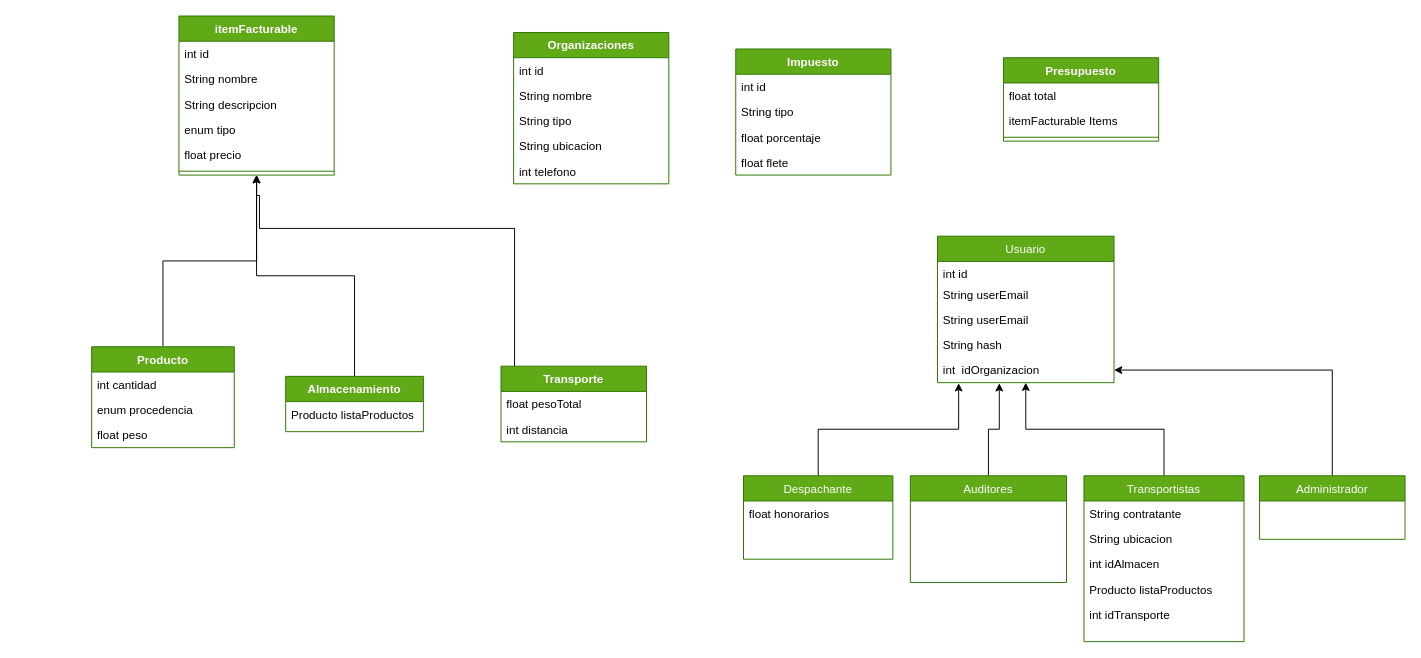
The draw.io diagram Copia de Diagram.drawio in danusitacm/taller-git-2022, before the edit. Source tidied: cells renumbered, new cells numbered last; positions are measured from the earlier drawing's top-left corner, leaving out a move shared by most shapes. Both pictures are drawn from the tidied source at 97%, with x=0, y=0 at pixel (91, 16).
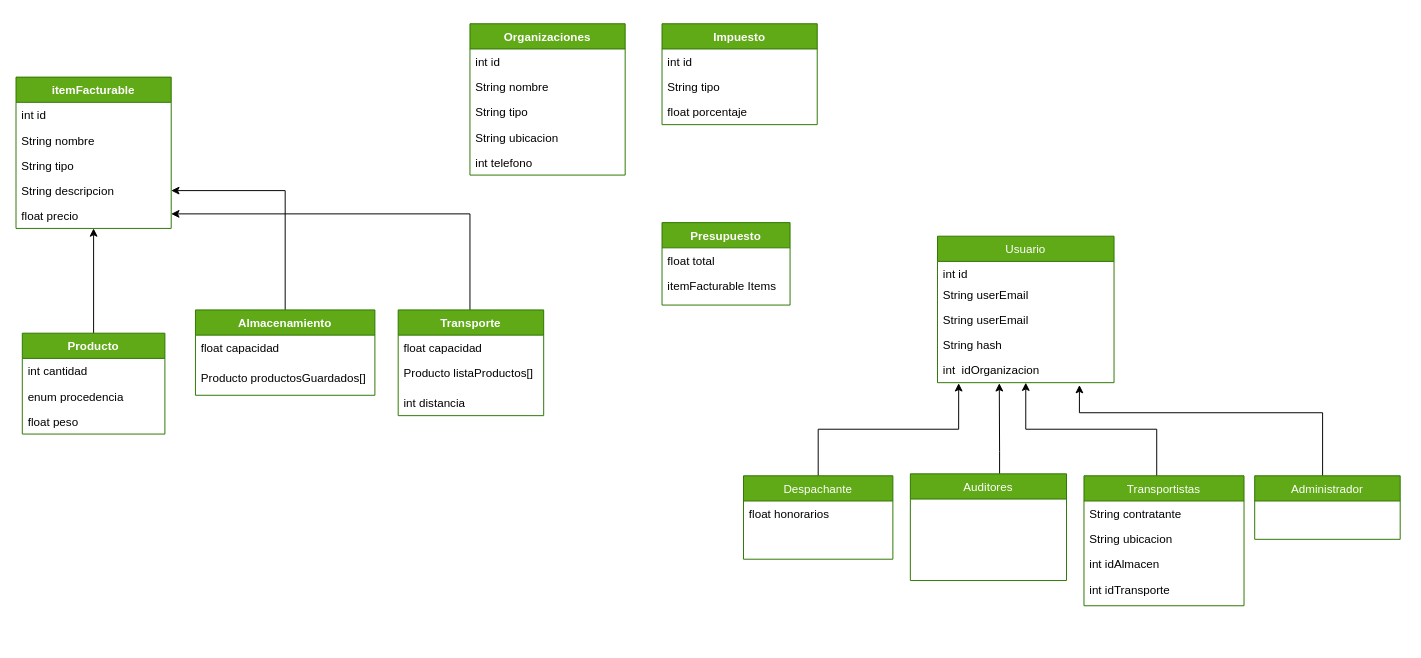
Above is the later version.

Unchanged cells that the change refers to:
```xml
<mxCell id="2" value="Usuario" style="swimlane;fontStyle=0;align=center;verticalAlign=top;horizontal=1;startSize=26;rounded=0;shadow=0;strokeWidth=1;fillColor=#60a917;strokeColor=#2D7600;fontColor=#ffffff;" parent="1" vertex="1">
  <mxGeometry x="872" y="227" width="182" height="151" as="geometry" />
</mxCell>
<mxCell id="7" value="int  idOrganizacion" style="text;strokeColor=none;fillColor=none;align=left;verticalAlign=top;spacingLeft=4;spacingRight=4;overflow=hidden;points=[[0,0.5],[1,0.5]];portConstraint=eastwest;" parent="2" vertex="1">
  <mxGeometry y="125" width="182" height="26" as="geometry" />
</mxCell>
<mxCell id="32" value="float precio&#10;" style="text;strokeColor=none;fillColor=none;align=left;verticalAlign=top;spacingLeft=4;spacingRight=4;overflow=hidden;points=[[0,0.5],[1,0.5]];portConstraint=eastwest;" parent="27" vertex="1">
  <mxGeometry y="130" width="160" height="26" as="geometry" />
</mxCell>
```

Change to the diagram source:
```diff
@@
     <mxCell id="11" style="edgeStyle=orthogonalEdgeStyle;rounded=0;jettySize=auto;html=1;entryX=0.35;entryY=1.023;entryDx=0;entryDy=0;entryPerimeter=0;" parent="1" edge="1" source="12" target="7">
-      <mxGeometry relative="1" as="geometry" />
+      <mxGeometry relative="1" as="geometry">
+        <Array as="points">
+          <mxPoint x="936" y="449" />
+          <mxPoint x="936" y="449" />
+        </Array>
+      </mxGeometry>
     </mxCell>
     <mxCell id="12" value="Auditores" style="swimlane;fontStyle=0;align=center;verticalAlign=top;horizontal=1;startSize=26;rounded=0;shadow=0;strokeWidth=1;fillColor=#60a917;strokeColor=#2D7600;fontColor=#ffffff;" parent="1" vertex="1">
-      <mxGeometry x="844" y="474" width="161" height="110" as="geometry" />
+      <mxGeometry x="844" y="472" width="161" height="110" as="geometry" />
     </mxCell>
     <mxCell id="13" style="edgeStyle=orthogonalEdgeStyle;rounded=0;jettySize=auto;html=1;entryX=0.5;entryY=1;entryDx=0;entryDy=0;" parent="1" edge="1" source="14" target="2">
-      <mxGeometry relative="1" as="geometry" />
+      <mxGeometry relative="1" as="geometry">
+        <Array as="points">
+          <mxPoint x="1098" y="426" />
+          <mxPoint x="963" y="426" />
+        </Array>
+      </mxGeometry>
     </mxCell>
     <mxCell id="14" value="Transportistas&#10;" style="swimlane;fontStyle=0;align=center;verticalAlign=top;horizontal=1;startSize=26;rounded=0;shadow=0;strokeWidth=1;fillColor=#60a917;strokeColor=#2D7600;fontColor=#ffffff;" parent="1" vertex="1">
-      <mxGeometry x="1023" y="474" width="165" height="171" as="geometry" />
+      <mxGeometry x="1023" y="474" width="165" height="134" as="geometry" />
     </mxCell>
@@
-    <mxCell id="18" value="Producto listaProductos" style="text;strokeColor=none;fillColor=none;align=left;verticalAlign=top;spacingLeft=4;spacingRight=4;overflow=hidden;" parent="14" vertex="1">
-      <mxGeometry y="104" width="165" height="26" as="geometry" />
-    </mxCell>
     <mxCell id="19" value="int idTransporte" style="text;strokeColor=none;fillColor=none;align=left;verticalAlign=top;spacingLeft=4;spacingRight=4;overflow=hidden;" parent="14" vertex="1">
-      <mxGeometry y="130" width="165" height="26" as="geometry" />
+      <mxGeometry y="104" width="165" height="26" as="geometry" />
     </mxCell>
-    <mxCell id="20" style="edgeStyle=orthogonalEdgeStyle;rounded=0;jettySize=auto;html=1;" parent="1" edge="1" source="21" target="7">
-      <mxGeometry relative="1" as="geometry" />
+    <mxCell id="20" style="edgeStyle=orthogonalEdgeStyle;rounded=0;jettySize=auto;html=1;entryX=0.804;entryY=1.094;entryDx=0;entryDy=0;entryPerimeter=0;" parent="1" edge="1" source="21" target="7">
+      <mxGeometry relative="1" as="geometry">
+        <Array as="points">
+          <mxPoint x="1269" y="409" />
+          <mxPoint x="1018" y="409" />
+        </Array>
+      </mxGeometry>
     </mxCell>
     <mxCell id="21" value="Administrador" style="swimlane;fontStyle=0;align=center;verticalAlign=top;horizontal=1;startSize=26;rounded=0;shadow=0;strokeWidth=1;fillColor=#60a917;strokeColor=#2D7600;fontColor=#ffffff;" parent="1" vertex="1">
-      <mxGeometry x="1204" y="474" width="150" height="65.5" as="geometry" />
+      <mxGeometry x="1199" y="474" width="150" height="65.5" as="geometry" />
     </mxCell>
@@
     <mxCell id="23" value="Producto" style="swimlane;fontStyle=1;align=center;verticalAlign=top;horizontal=1;startSize=26;fillColor=#60a917;fontColor=#ffffff;strokeColor=#2D7600;" parent="1" vertex="1">
-      <mxGeometry y="341" width="147" height="104" as="geometry" />
+      <mxGeometry x="-71.5" y="327" width="147" height="104" as="geometry" />
     </mxCell>
@@
     <mxCell id="27" value="itemFacturable" style="swimlane;fontStyle=1;align=center;verticalAlign=top;horizontal=1;startSize=26;fillColor=#60a917;fontColor=#ffffff;strokeColor=#2D7600;" parent="1" vertex="1">
-      <mxGeometry x="90" width="160" height="164" as="geometry" />
+      <mxGeometry x="-78" y="63" width="160" height="156" as="geometry" />
     </mxCell>
@@
+    <mxCell id="56" value="String tipo" style="text;strokeColor=none;fillColor=none;align=left;verticalAlign=top;spacingLeft=4;spacingRight=4;overflow=hidden;" parent="27" vertex="1">
+      <mxGeometry y="78" width="160" height="26" as="geometry" />
+    </mxCell>
     <mxCell id="30" value="String descripcion" style="text;strokeColor=none;fillColor=none;align=left;verticalAlign=top;spacingLeft=4;spacingRight=4;overflow=hidden;points=[[0,0.5],[1,0.5]];portConstraint=eastwest;" parent="27" vertex="1">
-      <mxGeometry y="78" width="160" height="26" as="geometry" />
+      <mxGeometry y="104" width="160" height="26" as="geometry" />
     </mxCell>
-    <mxCell id="31" value="enum tipo" style="text;strokeColor=none;fillColor=none;align=left;verticalAlign=top;spacingLeft=4;spacingRight=4;overflow=hidden;" parent="27" vertex="1">
-      <mxGeometry y="104" width="160" height="26" as="geometry" />
-    </mxCell>
@@
-    <mxCell id="33" style="line;strokeWidth=1;fillColor=none;align=left;verticalAlign=middle;spacingTop=-1;spacingLeft=3;spacingRight=3;labelPosition=right;strokeColor=inherit;" parent="27" vertex="1">
-      <mxGeometry y="156" width="160" height="8" as="geometry" />
-    </mxCell>
-    <mxCell id="34" style="edgeStyle=orthogonalEdgeStyle;rounded=0;jettySize=auto;html=1;entryX=0.5;entryY=1;entryDx=0;entryDy=0;" parent="1" edge="1" source="35" target="27">
-      <mxGeometry relative="1" as="geometry">
-        <Array as="points">
-          <mxPoint x="436" y="219" />
-          <mxPoint x="173" y="219" />
-          <mxPoint x="173" y="185" />
-          <mxPoint x="170" y="185" />
-        </Array>
-      </mxGeometry>
-    </mxCell>
+    <mxCell id="57" style="edgeStyle=orthogonalEdgeStyle;rounded=0;jettySize=auto;html=1;" parent="1" edge="1" source="35" target="32">
+      <mxGeometry relative="1" as="geometry">
+        <Array as="points">
+          <mxPoint x="390" y="204" />
+        </Array>
+      </mxGeometry>
+    </mxCell>
     <mxCell id="35" value="Transporte" style="swimlane;fontStyle=1;align=center;verticalAlign=top;horizontal=1;startSize=26;fillColor=#60a917;fontColor=#ffffff;strokeColor=#2D7600;" parent="1" vertex="1">
-      <mxGeometry x="422" y="361" width="150" height="78" as="geometry" />
+      <mxGeometry x="316" y="303" width="150" height="109" as="geometry" />
     </mxCell>
-    <mxCell id="36" value="float pesoTotal" style="text;strokeColor=none;fillColor=none;align=left;verticalAlign=top;spacingLeft=4;spacingRight=4;overflow=hidden;" parent="35" vertex="1">
+    <mxCell id="36" value="float capacidad" style="text;strokeColor=none;fillColor=none;align=left;verticalAlign=top;spacingLeft=4;spacingRight=4;overflow=hidden;" parent="35" vertex="1">
       <mxGeometry y="26" width="150" height="26" as="geometry" />
     </mxCell>
+    <mxCell id="58" value="Producto listaProductos[]" style="text;strokeColor=none;fillColor=none;align=left;verticalAlign=top;spacingLeft=4;spacingRight=4;overflow=hidden;" parent="35" vertex="1">
+      <mxGeometry y="52" width="150" height="31" as="geometry" />
+    </mxCell>
     <mxCell id="37" value="int distancia" style="text;strokeColor=none;fillColor=none;align=left;verticalAlign=top;spacingLeft=4;spacingRight=4;overflow=hidden;" parent="35" vertex="1">
-      <mxGeometry y="52" width="150" height="26" as="geometry" />
+      <mxGeometry y="83" width="150" height="26" as="geometry" />
     </mxCell>
     <mxCell id="38" value="Impuesto" style="swimlane;fontStyle=1;align=center;verticalAlign=top;horizontal=1;startSize=26;fillColor=#60a917;fontColor=#ffffff;strokeColor=#2D7600;" parent="1" vertex="1">
-      <mxGeometry x="664" y="34" width="160" height="130" as="geometry" />
+      <mxGeometry x="588" y="8" width="160" height="104" as="geometry" />
     </mxCell>
@@
-    <mxCell id="42" value="float flete" style="text;strokeColor=none;fillColor=none;align=left;verticalAlign=top;spacingLeft=4;spacingRight=4;overflow=hidden;" parent="38" vertex="1">
-      <mxGeometry y="104" width="160" height="26" as="geometry" />
-    </mxCell>
-    <mxCell id="43" style="edgeStyle=orthogonalEdgeStyle;rounded=0;jettySize=auto;html=1;entryX=0.5;entryY=1;entryDx=0;entryDy=0;" parent="1" edge="1" source="44" target="27">
-      <mxGeometry relative="1" as="geometry" />
-    </mxCell>
+    <mxCell id="59" style="edgeStyle=orthogonalEdgeStyle;rounded=0;jettySize=auto;html=1;entryX=1;entryY=0.5;entryDx=0;entryDy=0;" parent="1" edge="1" source="44" target="30">
+      <mxGeometry relative="1" as="geometry" />
+    </mxCell>
     <mxCell id="44" value="Almacenamiento" style="swimlane;fontStyle=1;align=center;verticalAlign=top;horizontal=1;startSize=26;fillColor=#60a917;fontColor=#ffffff;strokeColor=#2D7600;" parent="1" vertex="1">
-      <mxGeometry x="200" y="371.5" width="142" height="57" as="geometry" />
+      <mxGeometry x="107" y="303" width="185" height="88" as="geometry" />
     </mxCell>
+    <mxCell id="60" value="float capacidad" style="text;strokeColor=none;fillColor=none;align=left;verticalAlign=top;spacingLeft=4;spacingRight=4;overflow=hidden;" parent="44" vertex="1">
+      <mxGeometry y="26" width="185" height="31" as="geometry" />
+    </mxCell>
-    <mxCell id="45" value="Producto listaProductos" style="text;strokeColor=none;fillColor=none;align=left;verticalAlign=top;spacingLeft=4;spacingRight=4;overflow=hidden;" parent="44" vertex="1">
-      <mxGeometry y="26" width="142" height="31" as="geometry" />
+    <mxCell id="45" value="Producto productosGuardados[]" style="text;strokeColor=none;fillColor=none;align=left;verticalAlign=top;spacingLeft=4;spacingRight=4;overflow=hidden;" parent="44" vertex="1">
+      <mxGeometry y="57" width="185" height="31" as="geometry" />
     </mxCell>
     <mxCell id="46" value="Presupuesto" style="swimlane;fontStyle=1;align=center;verticalAlign=top;horizontal=1;startSize=26;fillColor=#60a917;fontColor=#ffffff;strokeColor=#2D7600;" parent="1" vertex="1">
-      <mxGeometry x="940" y="43" width="160" height="86" as="geometry" />
+      <mxGeometry x="588" y="213" width="132" height="85" as="geometry" />
     </mxCell>
     <mxCell id="47" value="float total" style="text;strokeColor=none;fillColor=none;align=left;verticalAlign=top;spacingLeft=4;spacingRight=4;overflow=hidden;" parent="46" vertex="1">
-      <mxGeometry y="26" width="160" height="26" as="geometry" />
+      <mxGeometry y="26" width="132" height="26" as="geometry" />
     </mxCell>
     <mxCell id="48" value="itemFacturable Items" style="text;strokeColor=none;fillColor=none;align=left;verticalAlign=top;spacingLeft=4;spacingRight=4;overflow=hidden;" parent="46" vertex="1">
-      <mxGeometry y="52" width="160" height="26" as="geometry" />
+      <mxGeometry y="52" width="132" height="33" as="geometry" />
     </mxCell>
-    <mxCell id="49" style="line;strokeWidth=1;fillColor=none;align=left;verticalAlign=middle;spacingTop=-1;spacingLeft=3;spacingRight=3;labelPosition=right;strokeColor=inherit;" parent="46" vertex="1">
-      <mxGeometry y="78" width="160" height="8" as="geometry" />
-    </mxCell>
     <mxCell id="50" value="Organizaciones" style="swimlane;fontStyle=1;align=center;verticalAlign=top;horizontal=1;startSize=26;fillColor=#60a917;fontColor=#ffffff;strokeColor=#2D7600;" parent="1" vertex="1">
-      <mxGeometry x="435" y="17" width="160" height="156" as="geometry" />
+      <mxGeometry x="390" y="8" width="160" height="156" as="geometry" />
     </mxCell>
```
